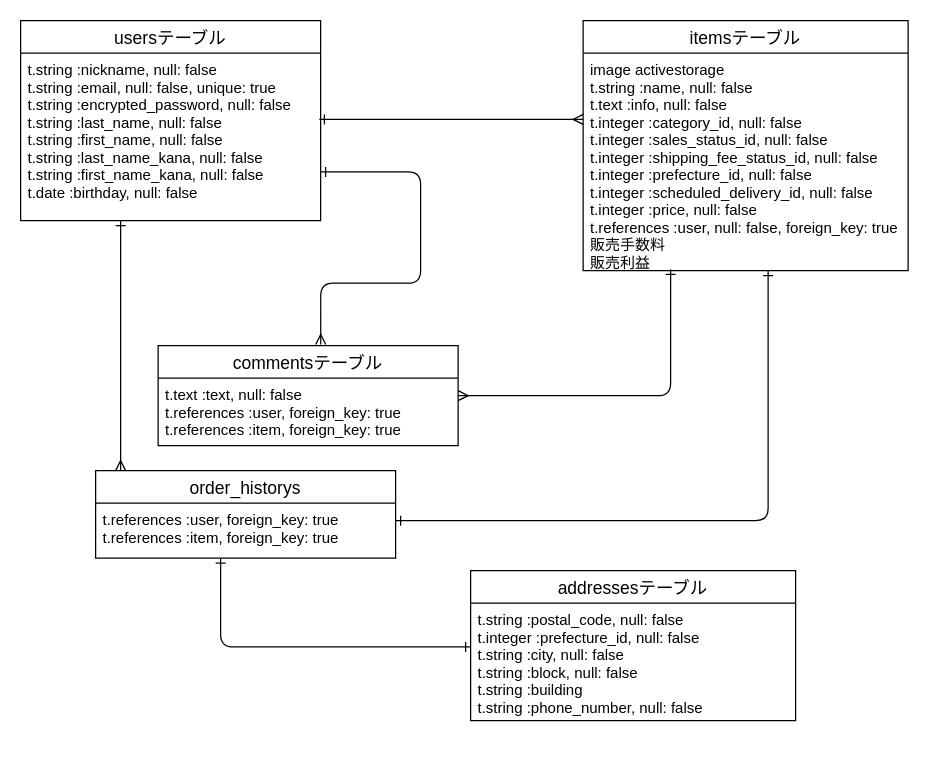
Above: er.dio in ASHINA4/furima-35894 (draw.io), before the change. Source tidied: cells renumbered, new cells numbered last; positions are measured from the earlier drawing's top-left corner, leaving out a move shared by most shapes. Both pictures are drawn from the tidied source at 125%, with x=0, y=0 at pixel (20, 20).
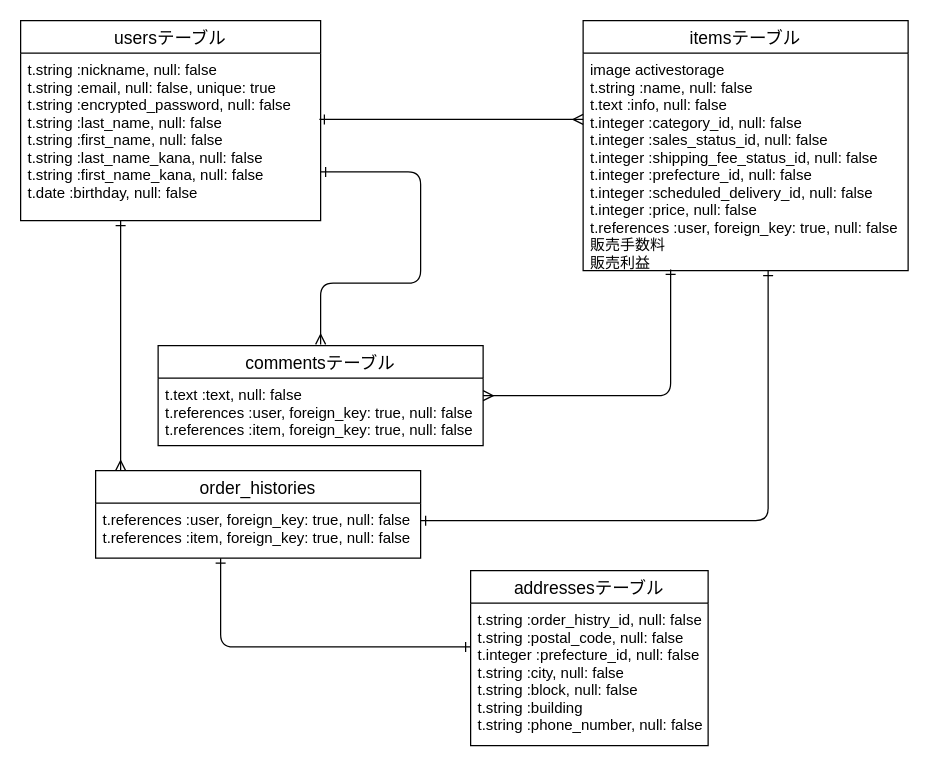
After the change.

Commit message (it also covers changes not shown here):
修正：コードレビュー５回目

The change refers to these unchanged cells:
```xml
<mxCell id="3" value="t.string :nickname,           null: false&#10;      t.string :email,              null: false, unique: true&#10;      t.string :encrypted_password, null: false&#10;t.string :last_name,          null: false&#10;      t.string :first_name,         null: false&#10;      t.string :last_name_kana,     null: false&#10;      t.string :first_name_kana,    null: false&#10;      t.date :birthday,             null: false&#10;&#10;&#10;&#10;" style="text;strokeColor=none;fillColor=none;spacingLeft=4;spacingRight=4;overflow=hidden;points=[[0,0.5],[1,0.5]];portConstraint=eastwest;fontSize=12;" parent="2" vertex="1">
  <mxGeometry y="26" width="240" height="134" as="geometry" />
</mxCell>
<mxCell id="4" value="itemsテーブル" style="swimlane;fontStyle=0;horizontal=1;startSize=26;align=center;fontSize=14;" parent="1" vertex="1">
  <mxGeometry x="450" width="260" height="200" as="geometry" />
</mxCell>
```

What changed in the source:
```diff
@@
-    <mxCell id="5" value="image activestorage&#10;t.string :name,           null: false&#10;t.text :info, null: false&#10;t.integer :category_id, null: false&#10;t.integer :sales_status_id, null: false&#10;t.integer :shipping_fee_status_id, null: false&#10;t.integer :prefecture_id, null: false&#10;t.integer :scheduled_delivery_id, null: false&#10;      t.integer :price, null: false&#10;t.references :user, null: false, foreign_key: true&#10;販売手数料&#10;販売利益&#10;&#10;&#10;&#10;" style="text;strokeColor=none;fillColor=none;spacingLeft=4;spacingRight=4;overflow=hidden;points=[[0,0.5],[1,0.5]];portConstraint=eastwest;fontSize=12;" parent="4" vertex="1">
+    <mxCell id="5" value="image activestorage&#10;t.string :name,           null: false&#10;t.text :info, null: false&#10;t.integer :category_id, null: false&#10;t.integer :sales_status_id, null: false&#10;t.integer :shipping_fee_status_id, null: false&#10;t.integer :prefecture_id, null: false&#10;t.integer :scheduled_delivery_id, null: false&#10;      t.integer :price, null: false&#10;t.references :user, foreign_key: true, null: false&#10;販売手数料&#10;販売利益&#10;&#10;&#10;&#10;" style="text;strokeColor=none;fillColor=none;spacingLeft=4;spacingRight=4;overflow=hidden;points=[[0,0.5],[1,0.5]];portConstraint=eastwest;fontSize=12;" parent="4" vertex="1">
       <mxGeometry y="26" width="260" height="174" as="geometry" />
     </mxCell>
     <mxCell id="6" value="addressesテーブル" style="swimlane;fontStyle=0;horizontal=1;startSize=26;align=center;fontSize=14;" parent="1" vertex="1">
-      <mxGeometry x="360" y="440" width="260" height="120" as="geometry" />
+      <mxGeometry x="360" y="440" width="190" height="140" as="geometry" />
     </mxCell>
-    <mxCell id="7" value="t.string :postal_code, null: false&#10;t.integer :prefecture_id, null: false&#10;t.string :city,          null: false&#10;t.string :block,         null: false&#10;      t.string :building&#10;      t.string :phone_number, null: false" style="text;strokeColor=none;fillColor=none;spacingLeft=4;spacingRight=4;overflow=hidden;fontSize=12;" parent="6" vertex="1">
-      <mxGeometry y="26" width="260" height="94" as="geometry" />
+    <mxCell id="7" value="t.string :order_histry_id, null: false&#10;t.string :postal_code, null: false&#10;t.integer :prefecture_id, null: false&#10;t.string :city,          null: false&#10;t.string :block,         null: false&#10;      t.string :building&#10;      t.string :phone_number, null: false" style="text;strokeColor=none;fillColor=none;spacingLeft=4;spacingRight=4;overflow=hidden;fontSize=12;" parent="6" vertex="1">
+      <mxGeometry y="26" width="190" height="114" as="geometry" />
     </mxCell>
     <mxCell id="8" value="commentsテーブル" style="swimlane;fontStyle=0;horizontal=1;startSize=26;align=center;fontSize=14;" parent="1" vertex="1">
-      <mxGeometry x="110" y="260" width="240" height="80" as="geometry" />
+      <mxGeometry x="110" y="260" width="260" height="80" as="geometry" />
     </mxCell>
-    <mxCell id="9" value="t.text :text,              null: false&#10;t.references :user, foreign_key: true&#10;t.references :item, foreign_key: true&#10;&#10;&#10;" style="text;strokeColor=none;fillColor=none;spacingLeft=4;spacingRight=4;overflow=hidden;fontSize=12;" parent="8" vertex="1">
-      <mxGeometry y="26" width="240" height="54" as="geometry" />
+    <mxCell id="9" value="t.text :text,              null: false&#10;t.references :user, foreign_key: true, null: false&#10;t.references :item, foreign_key: true, null: false" style="text;strokeColor=none;fillColor=none;spacingLeft=4;spacingRight=4;overflow=hidden;fontSize=12;" parent="8" vertex="1">
+      <mxGeometry y="26" width="260" height="54" as="geometry" />
     </mxCell>
@@
     <mxCell id="11" style="edgeStyle=orthogonalEdgeStyle;fontSize=12;html=1;endArrow=ERmany;startArrow=ERone;startFill=0;" parent="1" edge="1">
       <mxGeometry relative="1" as="geometry">
         <mxPoint x="520" y="199" as="sourcePoint" />
-        <mxPoint x="350" y="300" as="targetPoint" />
+        <mxPoint x="370" y="300" as="targetPoint" />
         <Array as="points">
           <mxPoint x="520" y="199" />
           <mxPoint x="520" y="300" />
         </Array>
       </mxGeometry>
     </mxCell>
@@
-    <mxCell id="13" style="edgeStyle=orthogonalEdgeStyle;fontSize=12;html=1;endArrow=ERmany;startArrow=ERone;exitX=1;exitY=0.709;exitDx=0;exitDy=0;exitPerimeter=0;entryX=0.542;entryY=-0.012;entryDx=0;entryDy=0;entryPerimeter=0;startFill=0;" parent="1" edge="1" source="3" target="8">
+    <mxCell id="13" style="edgeStyle=orthogonalEdgeStyle;fontSize=12;html=1;endArrow=ERmany;startArrow=ERone;exitX=1;exitY=0.709;exitDx=0;exitDy=0;exitPerimeter=0;startFill=0;" parent="1" edge="1" source="3">
       <mxGeometry relative="1" as="geometry">
+        <mxPoint x="240" y="259" as="targetPoint" />
         <Array as="points">
           <mxPoint x="320" y="121" />
           <mxPoint x="320" y="210" />
           <mxPoint x="240" y="210" />
         </Array>
       </mxGeometry>
     </mxCell>
-    <mxCell id="14" value="order_historys" style="swimlane;fontStyle=0;horizontal=1;startSize=26;align=center;fontSize=14;" parent="1" vertex="1">
-      <mxGeometry x="60" y="360" width="240" height="70" as="geometry" />
+    <mxCell id="14" value="order_histories" style="swimlane;fontStyle=0;horizontal=1;startSize=26;align=center;fontSize=14;" parent="1" vertex="1">
+      <mxGeometry x="60" y="360" width="260" height="70" as="geometry" />
     </mxCell>
-    <mxCell id="15" value="t.references :user, foreign_key: true&#10;t.references :item, foreign_key: true" style="text;strokeColor=none;fillColor=none;spacingLeft=4;spacingRight=4;overflow=hidden;points=[[0,0.5],[1,0.5]];portConstraint=eastwest;fontSize=12;" parent="14" vertex="1">
-      <mxGeometry y="26" width="240" height="44" as="geometry" />
+    <mxCell id="15" value="t.references :user, foreign_key: true, null: false&#10;t.references :item, foreign_key: true, null: false" style="text;strokeColor=none;fillColor=none;spacingLeft=4;spacingRight=4;overflow=hidden;points=[[0,0.5],[1,0.5]];portConstraint=eastwest;fontSize=12;" parent="14" vertex="1">
+      <mxGeometry y="26" width="260" height="44" as="geometry" />
     </mxCell>
     <mxCell id="16" style="edgeStyle=orthogonalEdgeStyle;fontSize=12;html=1;endArrow=ERone;endFill=1;startArrow=ERone;startFill=0;" parent="1" edge="1" target="5">
       <mxGeometry relative="1" as="geometry">
-        <mxPoint x="300" y="400" as="sourcePoint" />
+        <mxPoint x="320" y="400" as="sourcePoint" />
         <Array as="points">
           <mxPoint x="598" y="400" />
         </Array>
       </mxGeometry>
     </mxCell>
```
